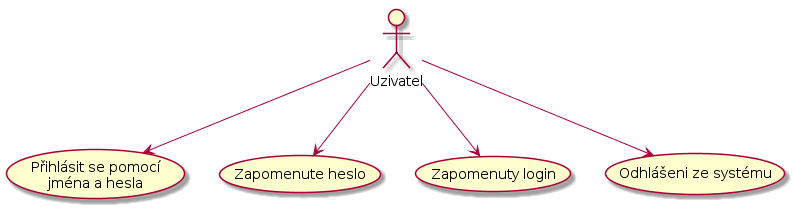
Before: docs/diagrams/out/ucs-uzivatel.png, a diagram exported from PlantUML (Internet-Handel/postman). Its diagram source:
```plantuml
@startuml
actor :Uzivatel: as user

(Přihlásit se pomocí\njména a hesla) as (login)
(Zapomenute heslo) as (forgotten_password)
(Zapomenuty login) as (forgotten_login)
(Odhlášeni ze systému) as (logout)

user --> (login)
user --> (forgotten_password)
user --> (forgotten_login)
user --> (logout)
@enduml
```
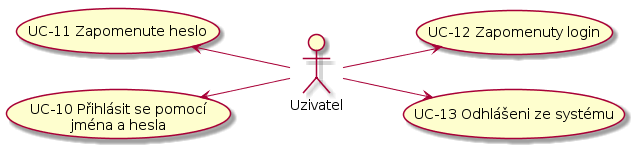
The same file after the commit.

Diff of the diagram source:
```diff
@@ -1,13 +1,15 @@
 @startuml
+left to right direction
+
 actor :Uzivatel: as user
 
-(Přihlásit se pomocí\njména a hesla) as (login)
-(Zapomenute heslo) as (forgotten_password)
-(Zapomenuty login) as (forgotten_login)
-(Odhlášeni ze systému) as (logout)
+(UC-10 Přihlásit se pomocí\njména a hesla) as (UC-10)
+(UC-11 Zapomenute heslo) as (UC-11)
+(UC-12 Zapomenuty login) as (UC-12)
+(UC-13 Odhlášeni ze systému) as (UC-13)
 
-user --> (login)
-user --> (forgotten_password)
-user --> (forgotten_login)
-user --> (logout)
+user -up-> (UC-10)
+user -up-> (UC-11)
+user --> (UC-12)
+user --> (UC-13)
 @enduml
```
